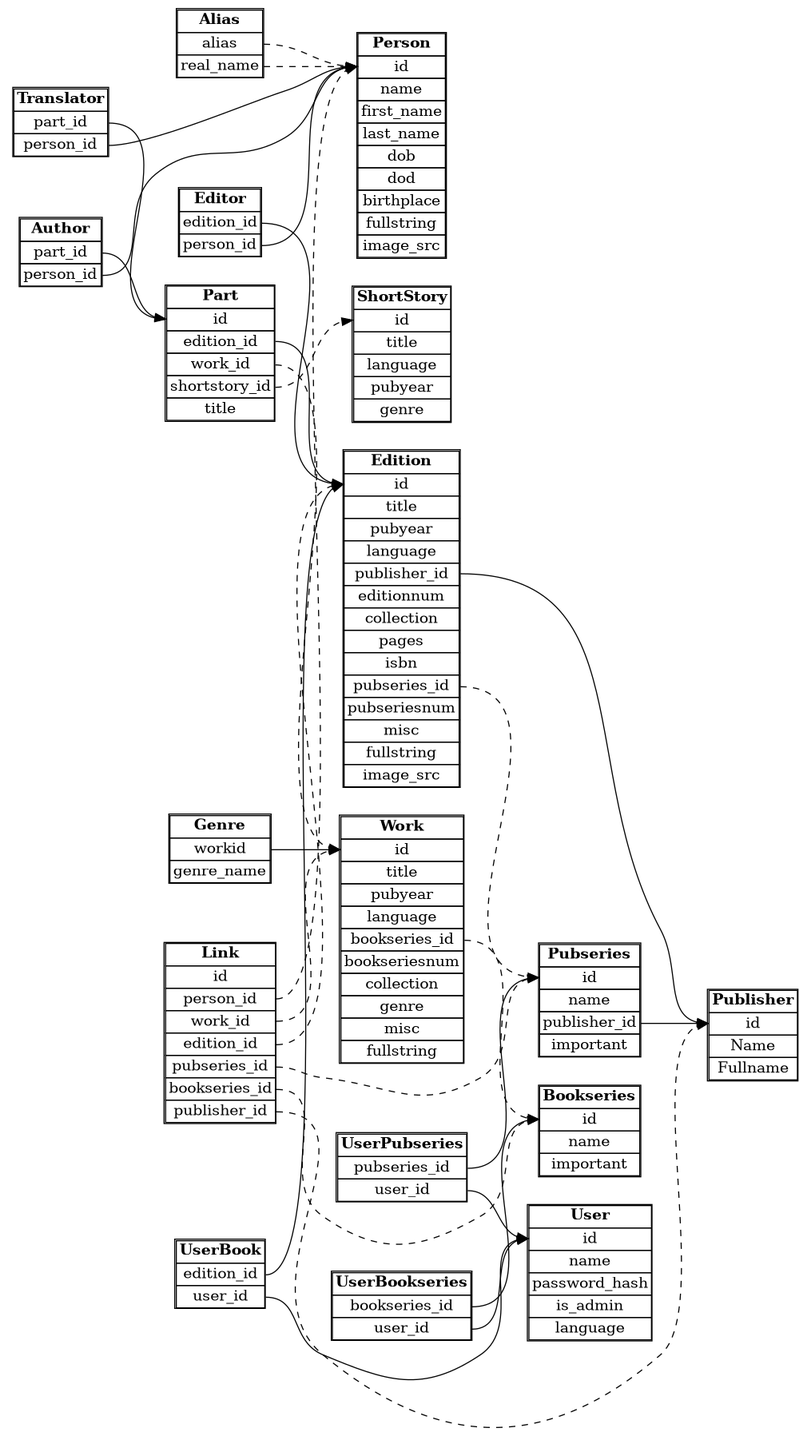
This is db-schema.png from Makistos/suomisf, a Graphviz export, as it was before one commit. Its source is kept beside it as db-schema.gv.
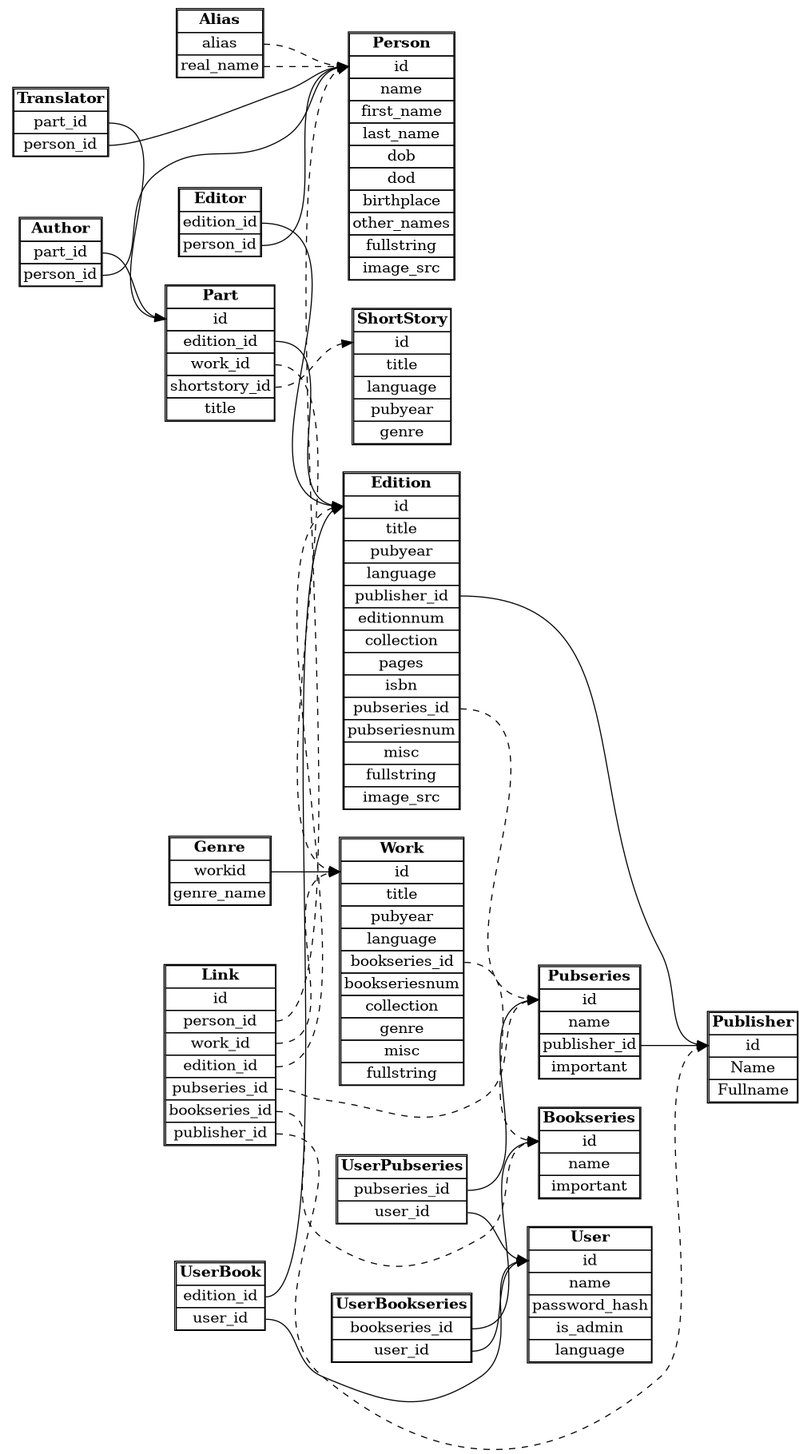
After the commit.

Diff of the diagram source:
```diff
@@ -64,6 +64,7 @@
 		<TR><TD>dob</TD></TR>
 		<TR><TD>dod</TD></TR>
 		<TR><TD>birthplace</TD></TR>
+		<TR><TD>other_names</TD></TR>
 		<TR><TD>fullstring</TD></TR>
                 <TR><TD>image_src</TD></TR>
 		</TABLE>
```
